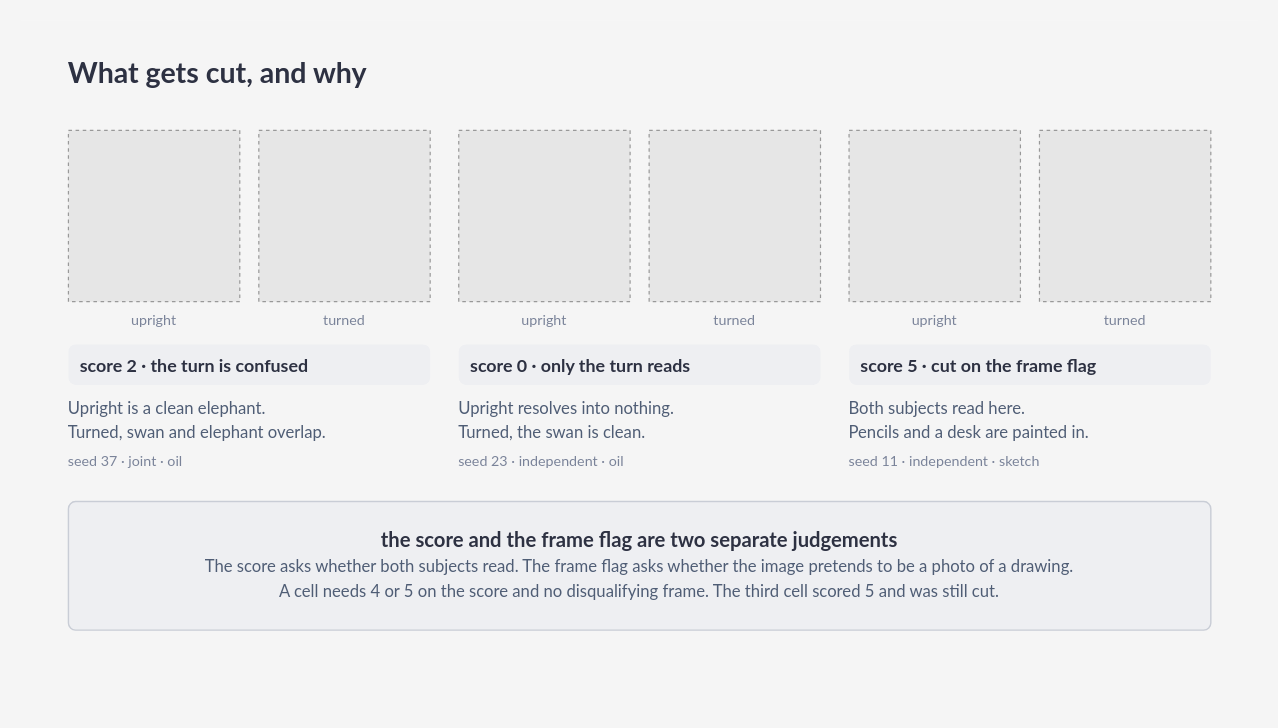
The draw.io diagram docs/figures/failures.drawio in Portocolom-Studio/potocolom, before the edit. Source tidied: cells renumbered, new cells numbered last; positions are measured from the earlier drawing's top-left corner, leaving out a move shared by most shapes. Both pictures are drawn from the tidied source at 119%, with x=0, y=0 at pixel (20, 20). Pictures stored in the file or linked from it are replaced by grey dashed boxes.
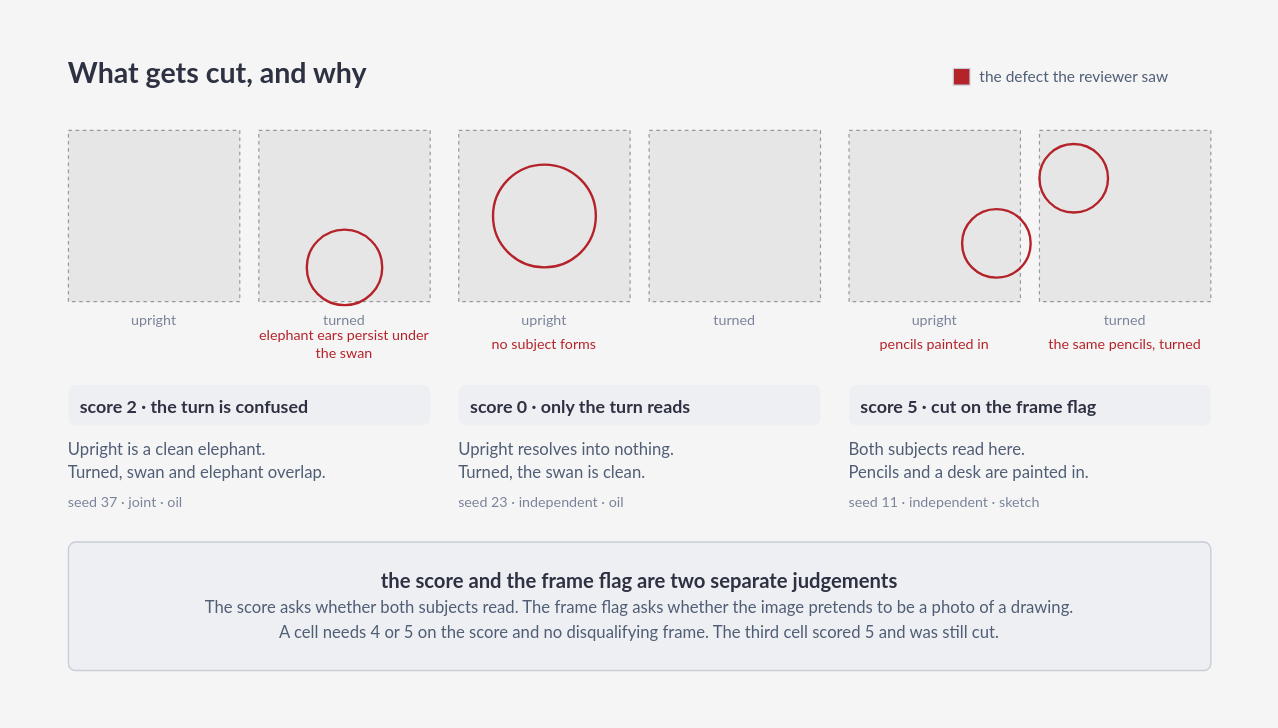
The same diagram, later.

What changed in the source:
```diff
@@
     <mxCell id="2" style="rounded=0;absoluteArcSize=1;arcSize=12;whiteSpace=wrap;html=1;fillColor=#f5f5f5;strokeColor=none;strokeWidth=1.2;fontFamily=Lato;fontSize=16;fontColor=#2d3142;fontStyle=1;align=center;verticalAlign=middle;spacing=10;selectable=0;" parent="1" vertex="1">
-      <mxGeometry width="1040" height="544" as="geometry" />
+      <mxGeometry width="1040" height="578" as="geometry" />
     </mxCell>
@@
+    <mxCell id="29" style="rounded=0;absoluteArcSize=1;arcSize=12;whiteSpace=wrap;html=1;fillColor=#b4232a;strokeColor=#c9cdd6;strokeWidth=1;fontFamily=Lato;fontSize=16;fontColor=#2d3142;fontStyle=1;align=center;verticalAlign=middle;spacing=10;" parent="1" vertex="1">
+      <mxGeometry x="783.6" y="40" width="14" height="14" as="geometry" />
+    </mxCell>
+    <mxCell id="30" value="the defect the reviewer saw" style="text;html=1;whiteSpace=wrap;fontFamily=Lato;fontSize=13;fontColor=#4f5d75;fontStyle=0;align=left;verticalAlign=middle;spacing=0;" parent="1" vertex="1">
+      <mxGeometry x="805.6" y="37" width="194.4" height="20" as="geometry" />
+    </mxCell>
@@
+    <mxCell id="6" value="upright" style="text;html=1;whiteSpace=wrap;fontFamily=Lato;fontSize=12;fontColor=#7a8399;fontStyle=0;align=center;verticalAlign=middle;spacing=0;" parent="1" vertex="1">
+      <mxGeometry x="40" y="242" width="144" height="20" as="geometry" />
+    </mxCell>
@@
-    <mxCell id="6" value="upright" style="text;html=1;whiteSpace=wrap;fontFamily=Lato;fontSize=12;fontColor=#7a8399;fontStyle=0;align=center;verticalAlign=middle;spacing=0;" parent="1" vertex="1">
-      <mxGeometry x="40" y="242" width="144" height="20" as="geometry" />
-    </mxCell>
@@
+    <mxCell id="31" style="ellipse;absoluteArcSize=1;arcSize=12;whiteSpace=wrap;html=1;fillColor=none;strokeColor=#b4232a;strokeWidth=2;fontFamily=Lato;fontSize=16;fontColor=#2d3142;fontStyle=1;align=center;verticalAlign=middle;spacing=10;" parent="1" vertex="1">
+      <mxGeometry x="240.3" y="175.5" width="63.4" height="63.4" as="geometry" />
+    </mxCell>
+    <mxCell id="32" value="elephant ears persist under the swan" style="text;html=1;whiteSpace=wrap;fontFamily=Lato;fontSize=12;fontColor=#b4232a;fontStyle=0;align=center;verticalAlign=middle;spacing=0;" parent="1" vertex="1">
+      <mxGeometry x="196" y="262" width="152" height="20" as="geometry" />
+    </mxCell>
     <mxCell id="8" value="score 2 · the turn is confused" style="rounded=1;absoluteArcSize=1;arcSize=12;whiteSpace=wrap;html=1;fillColor=#eeeff2;strokeColor=none;strokeWidth=1.2;fontFamily=Lato;fontSize=15;fontColor=#2d3142;fontStyle=1;align=left;verticalAlign=middle;spacing=10;" parent="1" vertex="1">
-      <mxGeometry x="40" y="272" width="304" height="34" as="geometry" />
+      <mxGeometry x="40" y="306" width="304" height="34" as="geometry" />
     </mxCell>
     <mxCell id="9" value="Upright is a clean elephant." style="text;html=1;whiteSpace=wrap;fontFamily=Lato;fontSize=14;fontColor=#4f5d75;fontStyle=0;align=left;verticalAlign=middle;spacing=0;" parent="1" vertex="1">
-      <mxGeometry x="40" y="316" width="304" height="20" as="geometry" />
+      <mxGeometry x="40" y="350" width="304" height="20" as="geometry" />
     </mxCell>
     <mxCell id="10" value="Turned, swan and elephant overlap." style="text;html=1;whiteSpace=wrap;fontFamily=Lato;fontSize=14;fontColor=#4f5d75;fontStyle=0;align=left;verticalAlign=middle;spacing=0;" parent="1" vertex="1">
-      <mxGeometry x="40" y="336" width="304" height="20" as="geometry" />
+      <mxGeometry x="40" y="370" width="304" height="20" as="geometry" />
     </mxCell>
     <mxCell id="11" value="seed 37 · joint · oil" style="text;html=1;whiteSpace=wrap;fontFamily=Lato;fontSize=12;fontColor=#7a8399;fontStyle=0;align=left;verticalAlign=middle;spacing=0;" parent="1" vertex="1">
-      <mxGeometry x="40" y="362" width="304" height="18" as="geometry" />
+      <mxGeometry x="40" y="396" width="304" height="18" as="geometry" />
     </mxCell>
@@
+    <mxCell id="14" value="upright" style="text;html=1;whiteSpace=wrap;fontFamily=Lato;fontSize=12;fontColor=#7a8399;fontStyle=0;align=center;verticalAlign=middle;spacing=0;" parent="1" vertex="1">
+      <mxGeometry x="368" y="242" width="144" height="20" as="geometry" />
+    </mxCell>
+    <mxCell id="33" style="ellipse;absoluteArcSize=1;arcSize=12;whiteSpace=wrap;html=1;fillColor=none;strokeColor=#b4232a;strokeWidth=2;fontFamily=Lato;fontSize=16;fontColor=#2d3142;fontStyle=1;align=center;verticalAlign=middle;spacing=10;" parent="1" vertex="1">
+      <mxGeometry x="396.8" y="120.8" width="86.4" height="86.4" as="geometry" />
+    </mxCell>
+    <mxCell id="34" value="no subject forms" style="text;html=1;whiteSpace=wrap;fontFamily=Lato;fontSize=12;fontColor=#b4232a;fontStyle=0;align=center;verticalAlign=middle;spacing=0;" parent="1" vertex="1">
+      <mxGeometry x="364" y="262" width="152" height="20" as="geometry" />
+    </mxCell>
@@
-    <mxCell id="14" value="upright" style="text;html=1;whiteSpace=wrap;fontFamily=Lato;fontSize=12;fontColor=#7a8399;fontStyle=0;align=center;verticalAlign=middle;spacing=0;" parent="1" vertex="1">
-      <mxGeometry x="368" y="242" width="144" height="20" as="geometry" />
-    </mxCell>
@@
     <mxCell id="16" value="score 0 · only the turn reads" style="rounded=1;absoluteArcSize=1;arcSize=12;whiteSpace=wrap;html=1;fillColor=#eeeff2;strokeColor=none;strokeWidth=1.2;fontFamily=Lato;fontSize=15;fontColor=#2d3142;fontStyle=1;align=left;verticalAlign=middle;spacing=10;" parent="1" vertex="1">
-      <mxGeometry x="368" y="272" width="304" height="34" as="geometry" />
+      <mxGeometry x="368" y="306" width="304" height="34" as="geometry" />
     </mxCell>
     <mxCell id="17" value="Upright resolves into nothing." style="text;html=1;whiteSpace=wrap;fontFamily=Lato;fontSize=14;fontColor=#4f5d75;fontStyle=0;align=left;verticalAlign=middle;spacing=0;" parent="1" vertex="1">
-      <mxGeometry x="368" y="316" width="304" height="20" as="geometry" />
+      <mxGeometry x="368" y="350" width="304" height="20" as="geometry" />
     </mxCell>
     <mxCell id="18" value="Turned, the swan is clean." style="text;html=1;whiteSpace=wrap;fontFamily=Lato;fontSize=14;fontColor=#4f5d75;fontStyle=0;align=left;verticalAlign=middle;spacing=0;" parent="1" vertex="1">
-      <mxGeometry x="368" y="336" width="304" height="20" as="geometry" />
+      <mxGeometry x="368" y="370" width="304" height="20" as="geometry" />
     </mxCell>
     <mxCell id="19" value="seed 23 · independent · oil" style="text;html=1;whiteSpace=wrap;fontFamily=Lato;fontSize=12;fontColor=#7a8399;fontStyle=0;align=left;verticalAlign=middle;spacing=0;" parent="1" vertex="1">
-      <mxGeometry x="368" y="362" width="304" height="18" as="geometry" />
+      <mxGeometry x="368" y="396" width="304" height="18" as="geometry" />
     </mxCell>
@@
+    <mxCell id="22" value="upright" style="text;html=1;whiteSpace=wrap;fontFamily=Lato;fontSize=12;fontColor=#7a8399;fontStyle=0;align=center;verticalAlign=middle;spacing=0;" parent="1" vertex="1">
+      <mxGeometry x="696" y="242" width="144" height="20" as="geometry" />
+    </mxCell>
+    <mxCell id="35" style="ellipse;absoluteArcSize=1;arcSize=12;whiteSpace=wrap;html=1;fillColor=none;strokeColor=#b4232a;strokeWidth=2;fontFamily=Lato;fontSize=16;fontColor=#2d3142;fontStyle=1;align=center;verticalAlign=middle;spacing=10;" parent="1" vertex="1">
+      <mxGeometry x="791" y="158.2" width="57.6" height="57.6" as="geometry" />
+    </mxCell>
+    <mxCell id="36" value="pencils painted in" style="text;html=1;whiteSpace=wrap;fontFamily=Lato;fontSize=12;fontColor=#b4232a;fontStyle=0;align=center;verticalAlign=middle;spacing=0;" parent="1" vertex="1">
+      <mxGeometry x="692" y="262" width="152" height="20" as="geometry" />
+    </mxCell>
@@
-    <mxCell id="22" value="upright" style="text;html=1;whiteSpace=wrap;fontFamily=Lato;fontSize=12;fontColor=#7a8399;fontStyle=0;align=center;verticalAlign=middle;spacing=0;" parent="1" vertex="1">
-      <mxGeometry x="696" y="242" width="144" height="20" as="geometry" />
-    </mxCell>
@@
+    <mxCell id="37" style="ellipse;absoluteArcSize=1;arcSize=12;whiteSpace=wrap;html=1;fillColor=none;strokeColor=#b4232a;strokeWidth=2;fontFamily=Lato;fontSize=16;fontColor=#2d3142;fontStyle=1;align=center;verticalAlign=middle;spacing=10;" parent="1" vertex="1">
+      <mxGeometry x="856" y="103.5" width="57.6" height="57.6" as="geometry" />
+    </mxCell>
+    <mxCell id="38" value="the same pencils, turned" style="text;html=1;whiteSpace=wrap;fontFamily=Lato;fontSize=12;fontColor=#b4232a;fontStyle=0;align=center;verticalAlign=middle;spacing=0;" parent="1" vertex="1">
+      <mxGeometry x="852" y="262" width="152" height="20" as="geometry" />
+    </mxCell>
     <mxCell id="24" value="score 5 · cut on the frame flag" style="rounded=1;absoluteArcSize=1;arcSize=12;whiteSpace=wrap;html=1;fillColor=#eeeff2;strokeColor=none;strokeWidth=1.2;fontFamily=Lato;fontSize=15;fontColor=#2d3142;fontStyle=1;align=left;verticalAlign=middle;spacing=10;" parent="1" vertex="1">
-      <mxGeometry x="696" y="272" width="304" height="34" as="geometry" />
+      <mxGeometry x="696" y="306" width="304" height="34" as="geometry" />
     </mxCell>
     <mxCell id="25" value="Both subjects read here." style="text;html=1;whiteSpace=wrap;fontFamily=Lato;fontSize=14;fontColor=#4f5d75;fontStyle=0;align=left;verticalAlign=middle;spacing=0;" parent="1" vertex="1">
-      <mxGeometry x="696" y="316" width="304" height="20" as="geometry" />
+      <mxGeometry x="696" y="350" width="304" height="20" as="geometry" />
     </mxCell>
     <mxCell id="26" value="Pencils and a desk are painted in." style="text;html=1;whiteSpace=wrap;fontFamily=Lato;fontSize=14;fontColor=#4f5d75;fontStyle=0;align=left;verticalAlign=middle;spacing=0;" parent="1" vertex="1">
-      <mxGeometry x="696" y="336" width="304" height="20" as="geometry" />
+      <mxGeometry x="696" y="370" width="304" height="20" as="geometry" />
     </mxCell>
     <mxCell id="27" value="seed 11 · independent · sketch" style="text;html=1;whiteSpace=wrap;fontFamily=Lato;fontSize=12;fontColor=#7a8399;fontStyle=0;align=left;verticalAlign=middle;spacing=0;" parent="1" vertex="1">
-      <mxGeometry x="696" y="362" width="304" height="18" as="geometry" />
+      <mxGeometry x="696" y="396" width="304" height="18" as="geometry" />
     </mxCell>
     <mxCell id="28" value="&lt;b&gt;the score and the frame flag are two separate judgements&lt;/b&gt;&lt;br&gt;&lt;span style=&quot;font-size:14px;font-weight:normal;color:#4f5d75;line-height:1.5&quot;&gt;The score asks whether both subjects read. The frame flag asks whether the image pretends to be a photo of a drawing.&lt;br&gt;A cell needs 4 or 5 on the score and no disqualifying frame. The third cell scored 5 and was still cut.&lt;/span&gt;" style="rounded=1;absoluteArcSize=1;arcSize=12;whiteSpace=wrap;html=1;fillColor=#eeeff2;strokeColor=#c9cdd6;strokeWidth=1.2;fontFamily=Lato;fontSize=17;fontColor=#2d3142;fontStyle=0;align=center;verticalAlign=middle;spacing=10;" parent="1" vertex="1">
-      <mxGeometry x="40" y="404" width="960" height="108" as="geometry" />
+      <mxGeometry x="40" y="438" width="960" height="108" as="geometry" />
     </mxCell>
```
